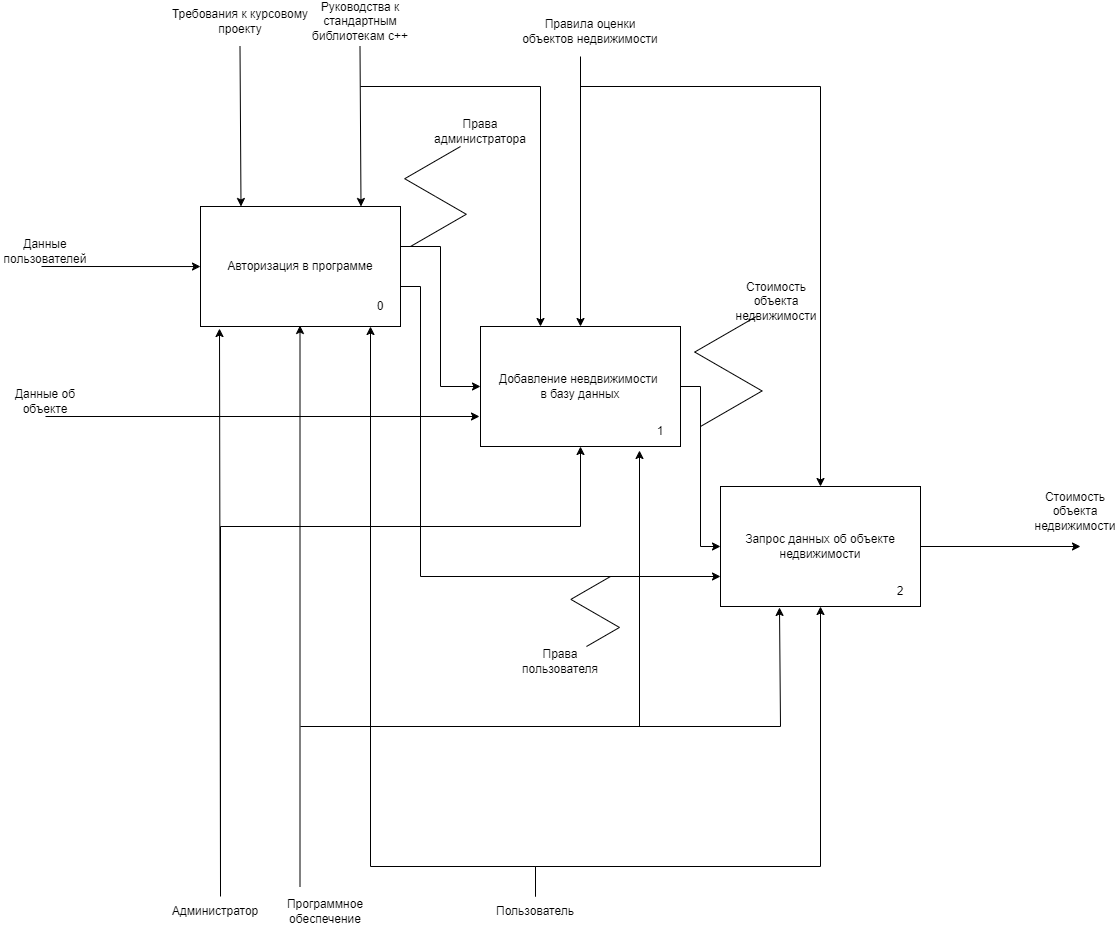
Before: Бюрократия/Картинки-схемы/IDEF0BOOPID1.drawio.png, a diagram exported from draw.io (ThomasCharester/KursuckBOOPID). Source tidied: cells renumbered, new cells last; positions are measured from the earlier drawing's top-left corner, leaving out a move shared by most shapes. The source it was exported from:
```xml
<mxGraphModel>
  <root>
    <mxCell id="0" />
    <mxCell id="1" parent="0" />
    <mxCell id="2" style="edgeStyle=orthogonalEdgeStyle;rounded=0;jettySize=auto;html=1;" parent="1" edge="1" source="4" target="20">
      <mxGeometry relative="1" as="geometry">
        <Array as="points">
          <mxPoint x="440" y="240" />
          <mxPoint x="440" y="380" />
        </Array>
      </mxGeometry>
    </mxCell>
    <mxCell id="3" style="edgeStyle=orthogonalEdgeStyle;rounded=0;jettySize=auto;html=1;entryX=0;entryY=0.75;entryDx=0;entryDy=0;" parent="1" edge="1" source="4" target="25">
      <mxGeometry relative="1" as="geometry">
        <Array as="points">
          <mxPoint x="420" y="280" />
          <mxPoint x="420" y="570" />
        </Array>
      </mxGeometry>
    </mxCell>
    <mxCell id="4" value="Авторизация в программе" style="rounded=0;whiteSpace=wrap;html=1;" parent="1" vertex="1">
      <mxGeometry x="200" y="200" width="200" height="120" as="geometry" />
    </mxCell>
    <mxCell id="5" style="endArrow=classic;html=1;rounded=0;" parent="1" edge="1" target="20">
      <mxGeometry relative="1" as="geometry">
        <mxPoint x="580" y="50" as="sourcePoint" />
      </mxGeometry>
    </mxCell>
    <mxCell id="6" value="Правила оценки объектов недвижимости" style="text;html=1;align=center;verticalAlign=middle;whiteSpace=wrap;rounded=0;" parent="1" vertex="1">
      <mxGeometry x="520" y="10" width="140" height="30" as="geometry" />
    </mxCell>
    <mxCell id="7" style="endArrow=classic;html=1;rounded=0;exitX=0.5;exitY=1;exitDx=0;exitDy=0;" parent="1" edge="1" source="8">
      <mxGeometry relative="1" as="geometry">
        <mxPoint x="479" y="410" as="targetPoint" />
      </mxGeometry>
    </mxCell>
    <mxCell id="8" value="Данные об объекте" style="text;html=1;align=center;verticalAlign=middle;whiteSpace=wrap;rounded=0;" parent="1" vertex="1">
      <mxGeometry y="380" width="90" height="30" as="geometry" />
    </mxCell>
    <mxCell id="9" style="endArrow=classic;html=1;rounded=0;entryX=-0.005;entryY=0.667;entryDx=0;entryDy=0;entryPerimeter=0;" parent="1" edge="1">
      <mxGeometry relative="1" as="geometry">
        <mxPoint x="41" y="260" as="sourcePoint" />
        <mxPoint x="200" y="260" as="targetPoint" />
      </mxGeometry>
    </mxCell>
    <mxCell id="10" value="Данные пользователей" style="text;html=1;align=center;verticalAlign=middle;whiteSpace=wrap;rounded=0;" parent="1" vertex="1">
      <mxGeometry y="230" width="90" height="30" as="geometry" />
    </mxCell>
    <mxCell id="11" style="endArrow=classic;html=1;rounded=0;exitX=1;exitY=0.5;exitDx=0;exitDy=0;" parent="1" edge="1">
      <mxGeometry relative="1" as="geometry">
        <mxPoint x="920" y="540" as="sourcePoint" />
        <mxPoint x="1080" y="540" as="targetPoint" />
      </mxGeometry>
    </mxCell>
    <mxCell id="12" value="Стоимость объекта недвижимости" style="text;html=1;align=center;verticalAlign=middle;whiteSpace=wrap;rounded=0;" parent="1" vertex="1">
      <mxGeometry x="1030" y="490" width="90" height="30" as="geometry" />
    </mxCell>
    <mxCell id="13" style="endArrow=classic;html=1;rounded=0;exitX=0.5;exitY=0;exitDx=0;exitDy=0;" parent="1" edge="1" source="15">
      <mxGeometry relative="1" as="geometry">
        <mxPoint x="370" y="320" as="targetPoint" />
        <Array as="points">
          <mxPoint x="535" y="860" />
          <mxPoint x="370" y="860" />
        </Array>
      </mxGeometry>
    </mxCell>
    <mxCell id="14" style="edgeStyle=orthogonalEdgeStyle;rounded=0;jettySize=auto;html=1;entryX=0.5;entryY=1;entryDx=0;entryDy=0;exitX=0.5;exitY=0;exitDx=0;exitDy=0;" parent="1" edge="1" source="15" target="25">
      <mxGeometry relative="1" as="geometry">
        <Array as="points">
          <mxPoint x="535" y="860" />
          <mxPoint x="820" y="860" />
        </Array>
      </mxGeometry>
    </mxCell>
    <mxCell id="15" value="Пользователь" style="text;html=1;align=center;verticalAlign=middle;whiteSpace=wrap;rounded=0;" parent="1" vertex="1">
      <mxGeometry x="490" y="890" width="90" height="30" as="geometry" />
    </mxCell>
    <mxCell id="16" style="endArrow=classic;html=1;rounded=0;entryX=0.095;entryY=1.017;entryDx=0;entryDy=0;entryPerimeter=0;" parent="1" edge="1" target="4">
      <mxGeometry relative="1" as="geometry">
        <mxPoint x="220" y="880" as="sourcePoint" />
      </mxGeometry>
    </mxCell>
    <mxCell id="17" value="Администратор" style="text;html=1;align=center;verticalAlign=middle;whiteSpace=wrap;rounded=0;" parent="1" vertex="1">
      <mxGeometry x="170" y="890" width="90" height="30" as="geometry" />
    </mxCell>
    <mxCell id="18" value="0" style="text;html=1;align=center;verticalAlign=middle;whiteSpace=wrap;rounded=0;" parent="1" vertex="1">
      <mxGeometry x="350" y="290" width="60" height="20" as="geometry" />
    </mxCell>
    <mxCell id="19" style="edgeStyle=orthogonalEdgeStyle;rounded=0;jettySize=auto;html=1;entryX=0;entryY=0.5;entryDx=0;entryDy=0;" parent="1" edge="1" source="20" target="25">
      <mxGeometry relative="1" as="geometry" />
    </mxCell>
    <mxCell id="20" value="Добавление невдвижимости&amp;nbsp;&lt;div&gt;в базу данных&lt;/div&gt;" style="rounded=0;whiteSpace=wrap;html=1;" parent="1" vertex="1">
      <mxGeometry x="480" y="320" width="200" height="120" as="geometry" />
    </mxCell>
    <mxCell id="21" value="1" style="text;html=1;align=center;verticalAlign=middle;whiteSpace=wrap;rounded=0;" parent="1" vertex="1">
      <mxGeometry x="630" y="410" width="60" height="30" as="geometry" />
    </mxCell>
    <mxCell id="22" style="edgeStyle=isometricEdgeStyle;endArrow=none;html=1;rounded=0;" parent="1" edge="1">
      <mxGeometry relative="1" as="geometry">
        <mxPoint x="410" y="240" as="sourcePoint" />
        <mxPoint x="460" y="140" as="targetPoint" />
      </mxGeometry>
    </mxCell>
    <mxCell id="23" value="Права администратора" style="text;html=1;align=center;verticalAlign=middle;whiteSpace=wrap;rounded=0;" parent="1" vertex="1">
      <mxGeometry x="440" y="110" width="80" height="30" as="geometry" />
    </mxCell>
    <mxCell id="24" style="edgeStyle=orthogonalEdgeStyle;rounded=0;jettySize=auto;html=1;entryX=0.5;entryY=1;entryDx=0;entryDy=0;" parent="1" edge="1" source="17" target="20">
      <mxGeometry relative="1" as="geometry">
        <Array as="points">
          <mxPoint x="220" y="520" />
          <mxPoint x="580" y="520" />
        </Array>
      </mxGeometry>
    </mxCell>
    <mxCell id="25" value="Запрос данных об объекте недвижимости" style="rounded=0;whiteSpace=wrap;html=1;" parent="1" vertex="1">
      <mxGeometry x="720" y="480" width="200" height="120" as="geometry" />
    </mxCell>
    <mxCell id="26" value="2" style="text;html=1;align=center;verticalAlign=middle;whiteSpace=wrap;rounded=0;" parent="1" vertex="1">
      <mxGeometry x="870" y="570" width="60" height="30" as="geometry" />
    </mxCell>
    <mxCell id="27" style="edgeStyle=isometricEdgeStyle;endArrow=none;html=1;rounded=0;" parent="1" edge="1">
      <mxGeometry relative="1" as="geometry">
        <mxPoint x="700" y="420" as="sourcePoint" />
        <mxPoint x="755.8" y="310" as="targetPoint" />
      </mxGeometry>
    </mxCell>
    <mxCell id="28" value="Стоимость объекта недвижимости" style="text;html=1;align=center;verticalAlign=middle;whiteSpace=wrap;rounded=0;" parent="1" vertex="1">
      <mxGeometry x="735.8" y="280" width="80" height="30" as="geometry" />
    </mxCell>
    <mxCell id="29" style="edgeStyle=isometricEdgeStyle;endArrow=none;html=1;rounded=0;" parent="1" edge="1" target="30">
      <mxGeometry relative="1" as="geometry">
        <mxPoint x="610" y="570" as="sourcePoint" />
        <Array as="points">
          <mxPoint x="600" y="610" />
        </Array>
      </mxGeometry>
    </mxCell>
    <mxCell id="30" value="Права пользователя" style="text;html=1;align=center;verticalAlign=middle;whiteSpace=wrap;rounded=0;" parent="1" vertex="1">
      <mxGeometry x="520" y="640" width="80" height="30" as="geometry" />
    </mxCell>
    <mxCell id="31" style="endArrow=classic;html=1;rounded=0;entryX=0.205;entryY=0;entryDx=0;entryDy=0;entryPerimeter=0;" parent="1" edge="1">
      <mxGeometry relative="1" as="geometry">
        <mxPoint x="239.5" y="40" as="sourcePoint" />
        <mxPoint x="240.5" y="200" as="targetPoint" />
      </mxGeometry>
    </mxCell>
    <mxCell id="32" value="Требования к курсовому проекту" style="text;html=1;align=center;verticalAlign=middle;whiteSpace=wrap;rounded=0;" parent="1" vertex="1">
      <mxGeometry x="170" width="140" height="30" as="geometry" />
    </mxCell>
    <mxCell id="33" style="endArrow=classic;html=1;rounded=0;entryX=0.5;entryY=0;entryDx=0;entryDy=0;" parent="1" edge="1" target="25">
      <mxGeometry relative="1" as="geometry">
        <mxPoint x="580" y="80" as="sourcePoint" />
        <Array as="points">
          <mxPoint x="820" y="80" />
        </Array>
      </mxGeometry>
    </mxCell>
    <mxCell id="34" style="endArrow=classic;html=1;rounded=0;entryX=0.205;entryY=0;entryDx=0;entryDy=0;entryPerimeter=0;" parent="1" edge="1">
      <mxGeometry relative="1" as="geometry">
        <mxPoint x="359.5" y="40" as="sourcePoint" />
        <mxPoint x="360.5" y="200" as="targetPoint" />
      </mxGeometry>
    </mxCell>
    <mxCell id="35" value="Руководства к стандартным библиотекам c++" style="text;html=1;align=center;verticalAlign=middle;whiteSpace=wrap;rounded=0;" parent="1" vertex="1">
      <mxGeometry x="290" width="140" height="30" as="geometry" />
    </mxCell>
    <mxCell id="36" style="endArrow=classic;html=1;rounded=0;entryX=0.3;entryY=0;entryDx=0;entryDy=0;entryPerimeter=0;" parent="1" edge="1" target="20">
      <mxGeometry relative="1" as="geometry">
        <mxPoint x="360" y="80" as="sourcePoint" />
        <Array as="points">
          <mxPoint x="540" y="80" />
        </Array>
      </mxGeometry>
    </mxCell>
    <mxCell id="37" style="endArrow=classic;html=1;rounded=0;" parent="1" edge="1">
      <mxGeometry relative="1" as="geometry">
        <mxPoint x="299.5" y="880" as="sourcePoint" />
        <mxPoint x="299.5" y="319" as="targetPoint" />
      </mxGeometry>
    </mxCell>
    <mxCell id="38" value="Программное обеспечение" style="text;html=1;align=center;verticalAlign=middle;whiteSpace=wrap;rounded=0;" parent="1" vertex="1">
      <mxGeometry x="280" y="890" width="90" height="30" as="geometry" />
    </mxCell>
    <mxCell id="39" style="endArrow=classic;html=1;rounded=0;entryX=0.295;entryY=1.008;entryDx=0;entryDy=0;entryPerimeter=0;" parent="1" edge="1" target="25">
      <mxGeometry relative="1" as="geometry">
        <mxPoint x="300" y="720" as="sourcePoint" />
        <Array as="points">
          <mxPoint x="780" y="720" />
        </Array>
      </mxGeometry>
    </mxCell>
    <mxCell id="40" style="endArrow=classic;html=1;rounded=0;entryX=0.15;entryY=1.133;entryDx=0;entryDy=0;entryPerimeter=0;" parent="1" edge="1" target="21">
      <mxGeometry relative="1" as="geometry">
        <mxPoint x="639" y="720" as="sourcePoint" />
      </mxGeometry>
    </mxCell>
  </root>
</mxGraphModel>
```
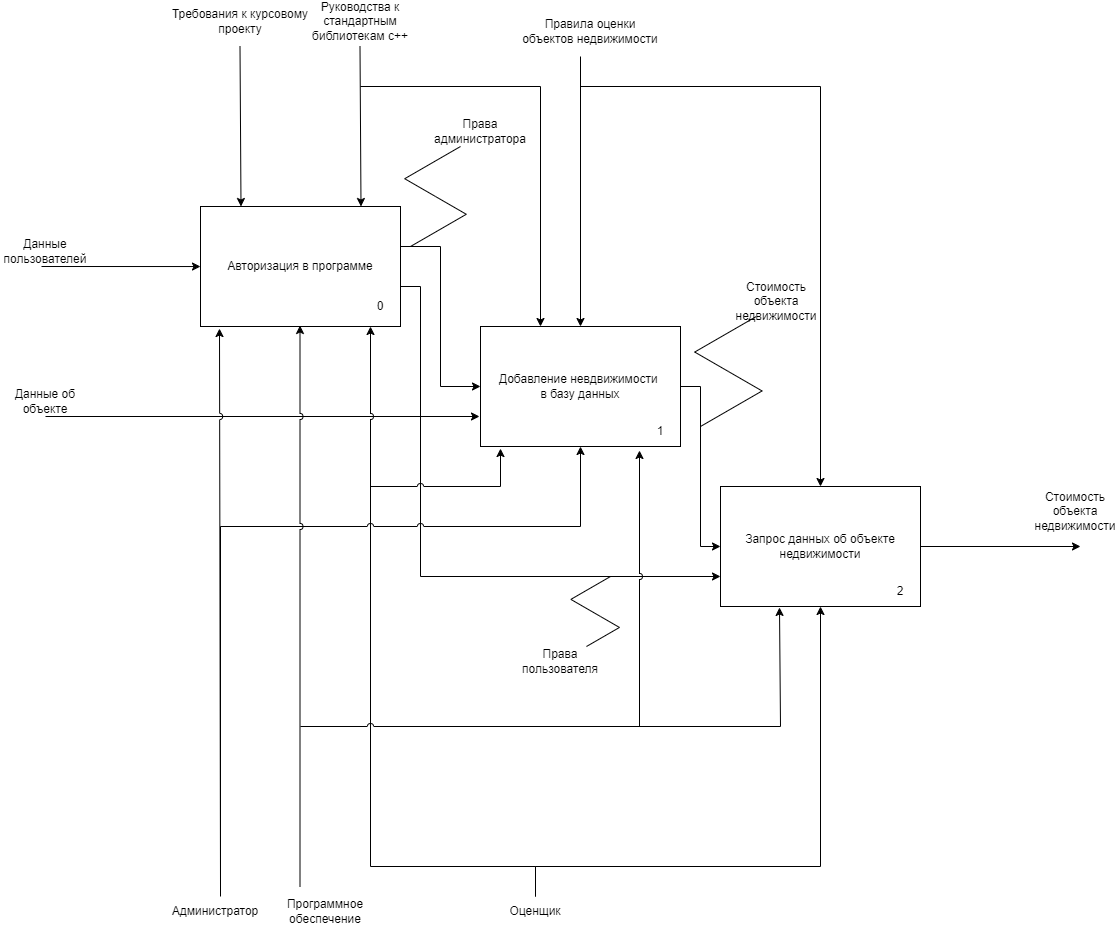
After the commit.

The edit, as a diff of the source:
```diff
@@ -55,7 +55,7 @@
     <mxCell id="12" value="Стоимость объекта недвижимости" style="text;html=1;align=center;verticalAlign=middle;whiteSpace=wrap;rounded=0;" parent="1" vertex="1">
       <mxGeometry x="1030" y="490" width="90" height="30" as="geometry" />
     </mxCell>
-    <mxCell id="13" style="endArrow=classic;html=1;rounded=0;exitX=0.5;exitY=0;exitDx=0;exitDy=0;" parent="1" edge="1" source="15">
+    <mxCell id="13" style="endArrow=classic;html=1;rounded=0;exitX=0.5;exitY=0;exitDx=0;exitDy=0;jumpStyle=arc;" parent="1" edge="1" source="15">
       <mxGeometry relative="1" as="geometry">
         <mxPoint x="370" y="320" as="targetPoint" />
         <Array as="points">
@@ -72,10 +72,10 @@
         </Array>
       </mxGeometry>
     </mxCell>
-    <mxCell id="15" value="Пользователь" style="text;html=1;align=center;verticalAlign=middle;whiteSpace=wrap;rounded=0;" parent="1" vertex="1">
+    <mxCell id="15" value="Оценщик" style="text;html=1;align=center;verticalAlign=middle;whiteSpace=wrap;rounded=0;" parent="1" vertex="1">
       <mxGeometry x="490" y="890" width="90" height="30" as="geometry" />
     </mxCell>
-    <mxCell id="16" style="endArrow=classic;html=1;rounded=0;entryX=0.095;entryY=1.017;entryDx=0;entryDy=0;entryPerimeter=0;" parent="1" edge="1" target="4">
+    <mxCell id="16" style="endArrow=classic;html=1;rounded=0;entryX=0.095;entryY=1.017;entryDx=0;entryDy=0;entryPerimeter=0;jumpStyle=arc;" parent="1" edge="1" target="4">
       <mxGeometry relative="1" as="geometry">
         <mxPoint x="220" y="880" as="sourcePoint" />
       </mxGeometry>
@@ -104,7 +104,7 @@
     <mxCell id="23" value="Права администратора" style="text;html=1;align=center;verticalAlign=middle;whiteSpace=wrap;rounded=0;" parent="1" vertex="1">
       <mxGeometry x="440" y="110" width="80" height="30" as="geometry" />
     </mxCell>
-    <mxCell id="24" style="edgeStyle=orthogonalEdgeStyle;rounded=0;jettySize=auto;html=1;entryX=0.5;entryY=1;entryDx=0;entryDy=0;" parent="1" edge="1" source="17" target="20">
+    <mxCell id="24" style="edgeStyle=orthogonalEdgeStyle;rounded=0;jettySize=auto;html=1;entryX=0.5;entryY=1;entryDx=0;entryDy=0;jumpStyle=arc;" parent="1" edge="1" source="17" target="20">
       <mxGeometry relative="1" as="geometry">
         <Array as="points">
           <mxPoint x="220" y="520" />
@@ -172,7 +172,7 @@
         </Array>
       </mxGeometry>
     </mxCell>
-    <mxCell id="37" style="endArrow=classic;html=1;rounded=0;" parent="1" edge="1">
+    <mxCell id="37" style="endArrow=classic;html=1;rounded=0;jumpStyle=arc;" parent="1" edge="1">
       <mxGeometry relative="1" as="geometry">
         <mxPoint x="299.5" y="880" as="sourcePoint" />
         <mxPoint x="299.5" y="319" as="targetPoint" />
@@ -181,7 +181,7 @@
     <mxCell id="38" value="Программное обеспечение" style="text;html=1;align=center;verticalAlign=middle;whiteSpace=wrap;rounded=0;" parent="1" vertex="1">
       <mxGeometry x="280" y="890" width="90" height="30" as="geometry" />
     </mxCell>
-    <mxCell id="39" style="endArrow=classic;html=1;rounded=0;entryX=0.295;entryY=1.008;entryDx=0;entryDy=0;entryPerimeter=0;" parent="1" edge="1" target="25">
+    <mxCell id="39" style="endArrow=classic;html=1;rounded=0;entryX=0.295;entryY=1.008;entryDx=0;entryDy=0;entryPerimeter=0;jumpStyle=arc;" parent="1" edge="1" target="25">
       <mxGeometry relative="1" as="geometry">
         <mxPoint x="300" y="720" as="sourcePoint" />
         <Array as="points">
@@ -189,10 +189,18 @@
         </Array>
       </mxGeometry>
     </mxCell>
-    <mxCell id="40" style="endArrow=classic;html=1;rounded=0;entryX=0.15;entryY=1.133;entryDx=0;entryDy=0;entryPerimeter=0;" parent="1" edge="1" target="21">
+    <mxCell id="40" style="endArrow=classic;html=1;rounded=0;entryX=0.15;entryY=1.133;entryDx=0;entryDy=0;entryPerimeter=0;jumpStyle=arc;" parent="1" edge="1" target="21">
       <mxGeometry relative="1" as="geometry">
         <mxPoint x="639" y="720" as="sourcePoint" />
       </mxGeometry>
     </mxCell>
+    <mxCell id="41" style="endArrow=classic;html=1;rounded=0;entryX=0.1;entryY=1.017;entryDx=0;entryDy=0;entryPerimeter=0;jumpStyle=arc;" parent="1" edge="1" target="20">
+      <mxGeometry relative="1" as="geometry">
+        <mxPoint x="370" y="480" as="sourcePoint" />
+        <Array as="points">
+          <mxPoint x="500" y="480" />
+        </Array>
+      </mxGeometry>
+    </mxCell>
   </root>
 </mxGraphModel>
```
